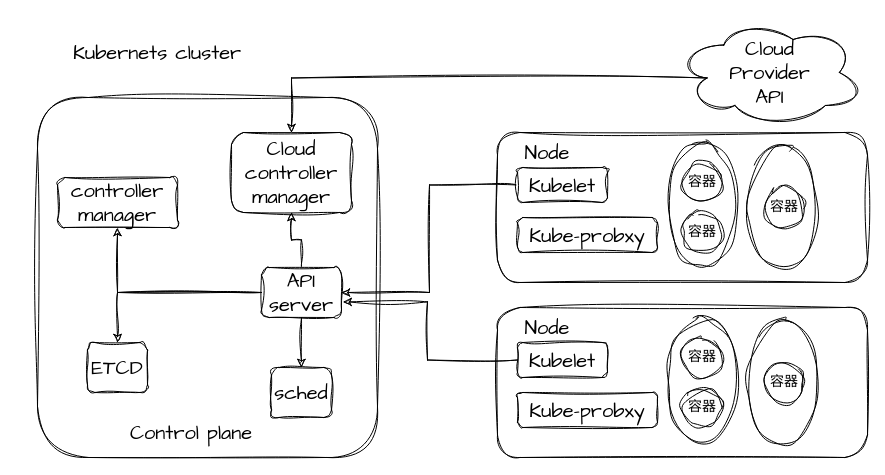
The draw.io diagram images/K8S.drawio in ji92/markdown_picture, before the edit. Source tidied: cells renumbered, new cells numbered last; positions are measured from the earlier drawing's top-left corner, leaving out a move shared by most shapes. Both pictures are drawn from the tidied source at 100%, with x=0, y=0 at pixel (17, 17).
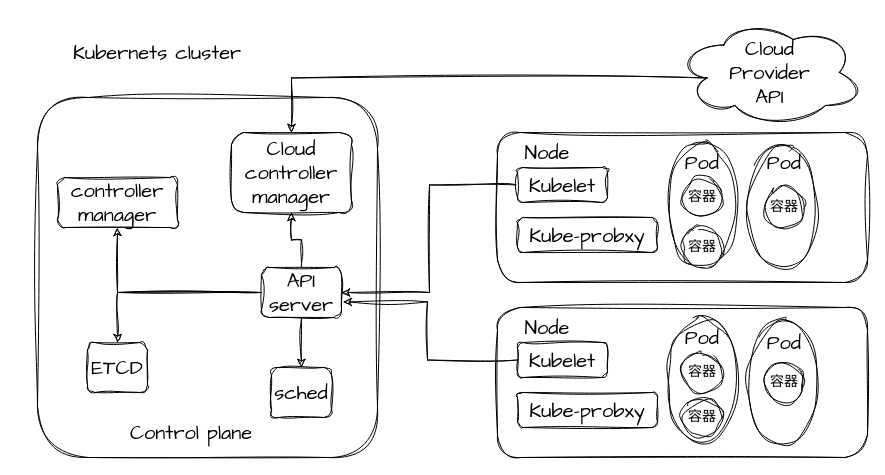
The same page after the edit.

The edit, as a diff of the source:
```diff
@@
     <mxCell id="19" value="容器" style="ellipse;whiteSpace=wrap;html=1;sketch=1;hachureGap=4;jiggle=2;curveFitting=1;fontFamily=Architects Daughter;fontSize=14;" parent="1" vertex="1">
-      <mxGeometry x="665" y="320" width="40" height="40" as="geometry" />
+      <mxGeometry x="665" y="335" width="40" height="40" as="geometry" />
     </mxCell>
     <mxCell id="20" value="容器" style="ellipse;whiteSpace=wrap;html=1;sketch=1;hachureGap=4;jiggle=2;curveFitting=1;fontFamily=Architects Daughter;fontSize=14;" parent="1" vertex="1">
-      <mxGeometry x="665" y="370" width="40" height="40" as="geometry" />
+      <mxGeometry x="665" y="380" width="40" height="40" as="geometry" />
     </mxCell>
@@
     <mxCell id="29" value="容器" style="ellipse;whiteSpace=wrap;html=1;sketch=1;hachureGap=4;jiggle=2;curveFitting=1;fontFamily=Architects Daughter;fontSize=14;" parent="1" vertex="1">
-      <mxGeometry x="665" y="145" width="40" height="40" as="geometry" />
+      <mxGeometry x="665" y="160" width="40" height="40" as="geometry" />
     </mxCell>
     <mxCell id="30" value="容器" style="ellipse;whiteSpace=wrap;html=1;sketch=1;hachureGap=4;jiggle=2;curveFitting=1;fontFamily=Architects Daughter;fontSize=14;" parent="1" vertex="1">
-      <mxGeometry x="665" y="195" width="40" height="40" as="geometry" />
+      <mxGeometry x="665" y="210" width="40" height="40" as="geometry" />
     </mxCell>
@@
+    <mxCell id="36" value="Pod" style="text;html=1;strokeColor=none;fillColor=none;align=center;verticalAlign=middle;whiteSpace=wrap;rounded=0;fontSize=20;fontFamily=Architects Daughter;" parent="1" vertex="1">
+      <mxGeometry x="737" y="130" width="60" height="30" as="geometry" />
+    </mxCell>
+    <mxCell id="37" value="Pod" style="text;html=1;strokeColor=none;fillColor=none;align=center;verticalAlign=middle;whiteSpace=wrap;rounded=0;fontSize=20;fontFamily=Architects Daughter;" parent="1" vertex="1">
+      <mxGeometry x="737" y="310" width="60" height="30" as="geometry" />
+    </mxCell>
+    <mxCell id="38" value="Pod" style="text;html=1;strokeColor=none;fillColor=none;align=center;verticalAlign=middle;whiteSpace=wrap;rounded=0;fontSize=20;fontFamily=Architects Daughter;" parent="1" vertex="1">
+      <mxGeometry x="655" y="305" width="60" height="30" as="geometry" />
+    </mxCell>
+    <mxCell id="39" value="Pod" style="text;html=1;strokeColor=none;fillColor=none;align=center;verticalAlign=middle;whiteSpace=wrap;rounded=0;fontSize=20;fontFamily=Architects Daughter;" parent="1" vertex="1">
+      <mxGeometry x="655" y="130" width="60" height="30" as="geometry" />
+    </mxCell>
```
